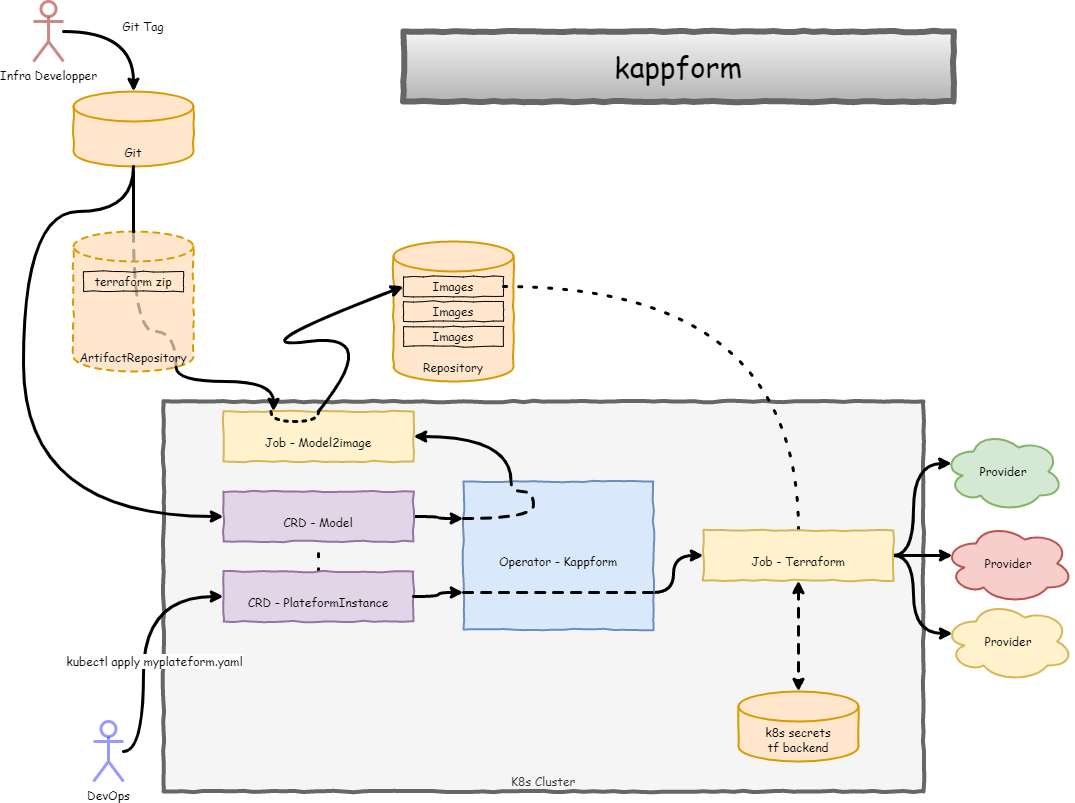
Earlier version of the draw.io export docs/kappform_architecture_v2023-03-31.png (matgou/kappform). Source tidied: cells renumbered, new cells last; positions are measured from the earlier drawing's top-left corner, leaving out a move shared by most shapes. The source it was exported from:
```xml
<mxGraphModel background="#ffffff">
  <root>
    <mxCell id="0" />
    <mxCell id="1" parent="0" />
    <mxCell id="2" value="&lt;font face=&quot;Comic Sans MS&quot;&gt;K8s Cluster&lt;/font&gt;" style="whiteSpace=wrap;html=1;rounded=0;shadow=0;labelBackgroundColor=none;strokeWidth=4;fillColor=#f5f5f5;fontFamily=Verdana;fontSize=12;align=center;comic=1;verticalAlign=bottom;fontColor=#333333;strokeColor=#666666;" parent="1" vertex="1">
      <mxGeometry x="140" y="400" width="760" height="390" as="geometry" />
    </mxCell>
    <mxCell id="3" value="Repository" style="shape=cylinder3;whiteSpace=wrap;html=1;boundedLbl=1;backgroundOutline=1;size=15;comic=1;verticalAlign=bottom;fontFamily=Comic Sans MS;strokeWidth=2;fillColor=#ffe6cc;strokeColor=#d79b00;" parent="1" vertex="1">
      <mxGeometry x="370" y="240" width="120" height="140" as="geometry" />
    </mxCell>
    <mxCell id="4" style="edgeStyle=orthogonalEdgeStyle;comic=1;jettySize=auto;html=1;exitX=1;exitY=0.5;exitDx=0;exitDy=0;entryX=0.5;entryY=0;entryDx=0;entryDy=0;fontFamily=Comic Sans MS;fontSize=12;strokeWidth=3;curved=1;dashed=1;dashPattern=1 4;endArrow=none;endFill=0;" parent="1" edge="1" source="5" target="31">
      <mxGeometry relative="1" as="geometry" />
    </mxCell>
    <mxCell id="5" value="Images" style="whiteSpace=wrap;html=1;rounded=0;shadow=0;labelBackgroundColor=none;strokeColor=#000000;strokeWidth=1;fillColor=none;fontFamily=Comic Sans MS;fontSize=12;fontColor=#000000;align=center;comic=1;" parent="1" vertex="1">
      <mxGeometry x="380" y="275" width="100" height="20" as="geometry" />
    </mxCell>
    <mxCell id="6" style="edgeStyle=orthogonalEdgeStyle;curved=1;comic=1;jettySize=auto;html=1;exitX=1;exitY=0.5;exitDx=0;exitDy=0;entryX=0.25;entryY=0;entryDx=0;entryDy=0;fontFamily=Comic Sans MS;fontSize=12;endArrow=none;endFill=0;strokeWidth=3;startArrow=classic;startFill=1;" parent="1" edge="1" source="7" target="26">
      <mxGeometry relative="1" as="geometry" />
    </mxCell>
    <mxCell id="7" value="&lt;font face=&quot;Comic Sans MS&quot; style=&quot;font-size: 12px&quot;&gt;Job - Model2image&lt;/font&gt;" style="whiteSpace=wrap;html=1;rounded=0;shadow=0;labelBackgroundColor=none;strokeWidth=2;fontFamily=Verdana;fontSize=28;align=center;comic=1;fillColor=#fff2cc;strokeColor=#d6b656;" parent="1" vertex="1">
      <mxGeometry x="200" y="410" width="190" height="50" as="geometry" />
    </mxCell>
    <mxCell id="8" value="Images" style="whiteSpace=wrap;html=1;rounded=0;shadow=0;labelBackgroundColor=none;strokeColor=#000000;strokeWidth=1;fillColor=none;fontFamily=Comic Sans MS;fontSize=12;fontColor=#000000;align=center;comic=1;" parent="1" vertex="1">
      <mxGeometry x="380" y="300" width="100" height="20" as="geometry" />
    </mxCell>
    <mxCell id="9" value="Images" style="whiteSpace=wrap;html=1;rounded=0;shadow=0;labelBackgroundColor=none;strokeColor=#000000;strokeWidth=1;fillColor=none;fontFamily=Comic Sans MS;fontSize=12;fontColor=#000000;align=center;comic=1;" parent="1" vertex="1">
      <mxGeometry x="380" y="325" width="100" height="20" as="geometry" />
    </mxCell>
    <mxCell id="10" style="curved=1;endArrow=classic;html=1;rounded=0;fontFamily=Comic Sans MS;comic=1;strokeWidth=3;entryX=0;entryY=0.5;entryDx=0;entryDy=0;flowAnimation=0;exitX=0.5;exitY=0;exitDx=0;exitDy=0;" parent="1" edge="1" source="7" target="5">
      <mxGeometry relative="1" as="geometry">
        <Array as="points">
          <mxPoint x="360" y="330" />
          <mxPoint x="210" y="350" />
        </Array>
      </mxGeometry>
    </mxCell>
    <mxCell id="11" value="Git" style="shape=cylinder3;whiteSpace=wrap;html=1;boundedLbl=1;backgroundOutline=1;size=15;comic=1;verticalAlign=bottom;fontFamily=Comic Sans MS;strokeWidth=2;fillColor=#ffe6cc;strokeColor=#d79b00;enumerate=0;" parent="1" vertex="1">
      <mxGeometry x="50" y="90" width="120" height="75" as="geometry" />
    </mxCell>
    <mxCell id="12" style="edgeStyle=orthogonalEdgeStyle;comic=1;jettySize=auto;html=1;entryX=0;entryY=0.5;entryDx=0;entryDy=0;fontFamily=Comic Sans MS;fontSize=12;strokeWidth=3;startArrow=none;curved=1;exitX=0.5;exitY=1;exitDx=0;exitDy=0;exitPerimeter=0;" parent="1" edge="1" source="11" target="18">
      <mxGeometry relative="1" as="geometry">
        <Array as="points">
          <mxPoint x="110" y="210" />
          <mxPoint y="210" />
          <mxPoint y="515" />
        </Array>
      </mxGeometry>
    </mxCell>
    <mxCell id="13" value="ArtifactRepository" style="shape=cylinder3;whiteSpace=wrap;html=1;boundedLbl=1;backgroundOutline=1;size=15;comic=1;verticalAlign=bottom;fontFamily=Comic Sans MS;strokeWidth=2;fillColor=#ffe6cc;strokeColor=#d79b00;dashed=1;" parent="1" vertex="1">
      <mxGeometry x="50" y="230" width="120" height="140" as="geometry" />
    </mxCell>
    <mxCell id="14" style="edgeStyle=orthogonalEdgeStyle;comic=1;jettySize=auto;html=1;fontFamily=Comic Sans MS;fontSize=12;strokeWidth=3;curved=1;" parent="1" edge="1" source="15" target="11">
      <mxGeometry relative="1" as="geometry" />
    </mxCell>
    <mxCell id="15" value="Infra Developper" style="shape=umlActor;verticalLabelPosition=bottom;verticalAlign=top;html=1;outlineConnect=0;comic=0;fontFamily=Comic Sans MS;fontSize=12;enumerate=0;fillColor=none;strokeColor=#b85450;gradientColor=#ffffff;strokeWidth=3;opacity=70;" parent="1" vertex="1">
      <mxGeometry x="10" width="30" height="60" as="geometry" />
    </mxCell>
    <mxCell id="16" value="Git Tag" style="text;html=1;strokeColor=none;fillColor=none;align=center;verticalAlign=middle;whiteSpace=wrap;rounded=0;comic=0;fontFamily=Comic Sans MS;fontSize=12;" parent="1" vertex="1">
      <mxGeometry x="90" y="10" width="60" height="30" as="geometry" />
    </mxCell>
    <mxCell id="17" style="edgeStyle=orthogonalEdgeStyle;curved=1;comic=1;jettySize=auto;html=1;exitX=1;exitY=0.5;exitDx=0;exitDy=0;entryX=0;entryY=0.25;entryDx=0;entryDy=0;fontFamily=Comic Sans MS;fontSize=12;endArrow=classic;endFill=1;strokeWidth=3;" parent="1" edge="1" source="18" target="26">
      <mxGeometry relative="1" as="geometry" />
    </mxCell>
    <mxCell id="18" value="&lt;font face=&quot;Comic Sans MS&quot; style=&quot;font-size: 12px&quot;&gt;CRD - Model&lt;/font&gt;" style="whiteSpace=wrap;html=1;rounded=0;shadow=0;labelBackgroundColor=none;strokeWidth=2;fontFamily=Verdana;fontSize=28;align=center;comic=1;fillColor=#e1d5e7;strokeColor=#9673a6;" parent="1" vertex="1">
      <mxGeometry x="200" y="490" width="190" height="50" as="geometry" />
    </mxCell>
    <mxCell id="19" style="edgeStyle=orthogonalEdgeStyle;curved=1;comic=1;jettySize=auto;html=1;exitX=0.5;exitY=0;exitDx=0;exitDy=0;entryX=0.5;entryY=1;entryDx=0;entryDy=0;dashed=1;dashPattern=1 4;fontFamily=Comic Sans MS;fontSize=12;endArrow=none;endFill=0;strokeWidth=3;" parent="1" edge="1" source="20" target="18">
      <mxGeometry relative="1" as="geometry" />
    </mxCell>
    <mxCell id="20" value="&lt;font face=&quot;Comic Sans MS&quot; style=&quot;font-size: 12px&quot;&gt;CRD - PlateformInstance&lt;/font&gt;" style="whiteSpace=wrap;html=1;rounded=0;shadow=0;labelBackgroundColor=none;strokeWidth=2;fontFamily=Verdana;fontSize=28;align=center;comic=1;fillColor=#e1d5e7;strokeColor=#9673a6;" parent="1" vertex="1">
      <mxGeometry x="200" y="570" width="190" height="50" as="geometry" />
    </mxCell>
    <mxCell id="21" style="edgeStyle=orthogonalEdgeStyle;comic=1;jettySize=auto;html=1;fontFamily=Comic Sans MS;fontSize=12;strokeWidth=3;entryX=0;entryY=0.5;entryDx=0;entryDy=0;curved=1;" parent="1" edge="1" source="23" target="20">
      <mxGeometry relative="1" as="geometry">
        <Array as="points">
          <mxPoint x="120" y="750" />
          <mxPoint x="120" y="595" />
        </Array>
      </mxGeometry>
    </mxCell>
    <mxCell id="22" value="kubectl apply myplateform.yaml" style="edgeLabel;html=1;align=center;verticalAlign=middle;fontSize=12;fontFamily=Comic Sans MS;" parent="21" vertex="1">
      <mxGeometry x="-0.31" y="-4" relative="1" as="geometry">
        <mxPoint x="6" y="-22" as="offset" />
      </mxGeometry>
    </mxCell>
    <mxCell id="23" value="DevOps" style="shape=umlActor;verticalLabelPosition=bottom;verticalAlign=top;html=1;outlineConnect=0;comic=0;fontFamily=Comic Sans MS;fontSize=12;enumerate=0;fillColor=none;strokeColor=#0000FF;gradientColor=#ffffff;strokeWidth=3;opacity=40;" parent="1" vertex="1">
      <mxGeometry x="70" y="720" width="30" height="60" as="geometry" />
    </mxCell>
    <mxCell id="24" style="edgeStyle=orthogonalEdgeStyle;comic=1;jettySize=auto;html=1;exitX=1;exitY=0.5;exitDx=0;exitDy=0;fontFamily=Comic Sans MS;fontSize=12;strokeWidth=3;entryX=0;entryY=0.75;entryDx=0;entryDy=0;curved=1;" parent="1" edge="1" source="20" target="26">
      <mxGeometry relative="1" as="geometry" />
    </mxCell>
    <mxCell id="25" style="edgeStyle=orthogonalEdgeStyle;comic=1;jettySize=auto;html=1;exitX=1;exitY=0.75;exitDx=0;exitDy=0;entryX=0;entryY=0.5;entryDx=0;entryDy=0;fontFamily=Comic Sans MS;fontSize=12;strokeWidth=3;curved=1;" parent="1" edge="1" source="26" target="31">
      <mxGeometry relative="1" as="geometry">
        <Array as="points">
          <mxPoint x="650" y="591" />
          <mxPoint x="650" y="554" />
        </Array>
      </mxGeometry>
    </mxCell>
    <mxCell id="26" value="&lt;font face=&quot;Comic Sans MS&quot; style=&quot;font-size: 12px&quot;&gt;Operator - Kappform&lt;/font&gt;" style="whiteSpace=wrap;html=1;rounded=0;shadow=0;labelBackgroundColor=none;strokeWidth=2;fontFamily=Verdana;fontSize=28;align=center;comic=1;fillColor=#dae8fc;strokeColor=#6c8ebf;" parent="1" vertex="1">
      <mxGeometry x="440" y="480" width="190" height="148" as="geometry" />
    </mxCell>
    <mxCell id="27" style="edgeStyle=orthogonalEdgeStyle;curved=1;comic=1;jettySize=auto;html=1;exitX=1;exitY=0.5;exitDx=0;exitDy=0;entryX=0.07;entryY=0.4;entryDx=0;entryDy=0;entryPerimeter=0;fontFamily=Comic Sans MS;fontSize=12;startArrow=none;startFill=0;endArrow=classic;endFill=1;strokeWidth=3;" parent="1" edge="1" source="31" target="33">
      <mxGeometry relative="1" as="geometry" />
    </mxCell>
    <mxCell id="28" style="edgeStyle=orthogonalEdgeStyle;curved=1;comic=1;jettySize=auto;html=1;exitX=1;exitY=0.5;exitDx=0;exitDy=0;entryX=0.07;entryY=0.4;entryDx=0;entryDy=0;entryPerimeter=0;fontFamily=Comic Sans MS;fontSize=12;startArrow=none;startFill=0;endArrow=classic;endFill=1;strokeWidth=3;" parent="1" edge="1" source="31" target="34">
      <mxGeometry relative="1" as="geometry">
        <Array as="points">
          <mxPoint x="890" y="554" />
          <mxPoint x="890" y="462" />
        </Array>
      </mxGeometry>
    </mxCell>
    <mxCell id="29" style="edgeStyle=orthogonalEdgeStyle;curved=1;comic=1;jettySize=auto;html=1;exitX=1;exitY=0.5;exitDx=0;exitDy=0;entryX=0.07;entryY=0.4;entryDx=0;entryDy=0;entryPerimeter=0;fontFamily=Comic Sans MS;fontSize=12;startArrow=none;startFill=0;endArrow=classic;endFill=1;strokeWidth=3;" parent="1" edge="1" source="31" target="32">
      <mxGeometry relative="1" as="geometry">
        <Array as="points">
          <mxPoint x="890" y="554" />
          <mxPoint x="890" y="632" />
        </Array>
      </mxGeometry>
    </mxCell>
    <mxCell id="30" style="edgeStyle=orthogonalEdgeStyle;curved=1;comic=1;jettySize=auto;html=1;exitX=0.5;exitY=1;exitDx=0;exitDy=0;fontFamily=Comic Sans MS;fontSize=12;startArrow=classic;startFill=1;endArrow=classic;endFill=1;strokeWidth=3;dashed=1;" parent="1" edge="1" source="31" target="38">
      <mxGeometry relative="1" as="geometry" />
    </mxCell>
    <mxCell id="31" value="&lt;span style=&quot;font-family: &amp;#34;comic sans ms&amp;#34; ; font-size: 12px&quot;&gt;Job - Terraform&lt;/span&gt;" style="whiteSpace=wrap;html=1;rounded=0;shadow=0;labelBackgroundColor=none;strokeWidth=2;fontFamily=Verdana;fontSize=28;align=center;comic=1;fillColor=#fff2cc;strokeColor=#d6b656;" parent="1" vertex="1">
      <mxGeometry x="680" y="529" width="190" height="50" as="geometry" />
    </mxCell>
    <mxCell id="32" value="Provider" style="ellipse;shape=cloud;whiteSpace=wrap;html=1;comic=1;fontFamily=Comic Sans MS;fontSize=12;fillColor=#fff2cc;strokeWidth=2;strokeColor=#d6b656;" parent="1" vertex="1">
      <mxGeometry x="920" y="600" width="130" height="80" as="geometry" />
    </mxCell>
    <mxCell id="33" value="Provider" style="ellipse;shape=cloud;whiteSpace=wrap;html=1;comic=1;fontFamily=Comic Sans MS;fontSize=12;fillColor=#f8cecc;strokeWidth=2;strokeColor=#b85450;" parent="1" vertex="1">
      <mxGeometry x="920" y="522" width="130" height="80" as="geometry" />
    </mxCell>
    <mxCell id="34" value="Provider" style="ellipse;shape=cloud;whiteSpace=wrap;html=1;comic=1;fontFamily=Comic Sans MS;fontSize=12;fillColor=#d5e8d4;strokeWidth=2;strokeColor=#82b366;" parent="1" vertex="1">
      <mxGeometry x="920" y="430" width="120" height="80" as="geometry" />
    </mxCell>
    <mxCell id="35" style="edgeStyle=orthogonalEdgeStyle;comic=1;orthogonalLoop=1;jettySize=auto;html=1;exitX=0;exitY=0.75;exitDx=0;exitDy=0;fontFamily=Comic Sans MS;fontSize=12;strokeWidth=3;entryX=1;entryY=0.75;entryDx=0;entryDy=0;curved=1;dashed=1;endArrow=none;endFill=0;" parent="1" edge="1" source="26" target="26">
      <mxGeometry relative="1" as="geometry">
        <Array as="points">
          <mxPoint x="540" y="591" />
          <mxPoint x="540" y="591" />
        </Array>
      </mxGeometry>
    </mxCell>
    <mxCell id="36" style="edgeStyle=orthogonalEdgeStyle;comic=1;orthogonalLoop=1;jettySize=auto;html=1;exitX=0;exitY=0.25;exitDx=0;exitDy=0;fontFamily=Comic Sans MS;fontSize=12;strokeWidth=3;entryX=0.25;entryY=0;entryDx=0;entryDy=0;curved=1;dashed=1;endArrow=none;endFill=0;" parent="1" edge="1" source="26" target="26">
      <mxGeometry relative="1" as="geometry">
        <Array as="points">
          <mxPoint x="510" y="517" />
          <mxPoint x="510" y="490" />
          <mxPoint x="488" y="490" />
        </Array>
      </mxGeometry>
    </mxCell>
    <mxCell id="37" style="edgeStyle=orthogonalEdgeStyle;curved=1;comic=1;jettySize=auto;html=1;exitX=0.25;exitY=0;exitDx=0;exitDy=0;fontFamily=Comic Sans MS;fontSize=12;startArrow=none;startFill=0;endArrow=none;endFill=0;strokeWidth=3;dashed=1;dashPattern=1 2;" parent="1" edge="1" source="7">
      <mxGeometry relative="1" as="geometry">
        <mxPoint x="295" y="410" as="targetPoint" />
        <Array as="points">
          <mxPoint x="248" y="420" />
          <mxPoint x="295" y="420" />
        </Array>
      </mxGeometry>
    </mxCell>
    <mxCell id="38" value="k8s secrets&lt;br&gt;tf backend" style="shape=cylinder3;whiteSpace=wrap;html=1;boundedLbl=1;backgroundOutline=1;size=15;comic=1;verticalAlign=bottom;fontFamily=Comic Sans MS;strokeWidth=2;fillColor=#ffe6cc;strokeColor=#d79b00;" parent="1" vertex="1">
      <mxGeometry x="715" y="690" width="120" height="70" as="geometry" />
    </mxCell>
    <mxCell id="39" value="terraform zip" style="whiteSpace=wrap;html=1;rounded=0;shadow=0;labelBackgroundColor=none;strokeColor=#000000;strokeWidth=1;fillColor=none;fontFamily=Comic Sans MS;fontSize=12;fontColor=#000000;align=center;comic=1;" parent="1" vertex="1">
      <mxGeometry x="60" y="270" width="100" height="20" as="geometry" />
    </mxCell>
    <mxCell id="40" style="edgeStyle=orthogonalEdgeStyle;curved=1;comic=1;jettySize=auto;html=1;fontFamily=Comic Sans MS;fontSize=12;startArrow=classic;startFill=1;endArrow=none;endFill=0;strokeWidth=3;entryX=0.855;entryY=1;entryDx=0;entryDy=-4.35;entryPerimeter=0;" parent="1" edge="1" target="13">
      <mxGeometry relative="1" as="geometry">
        <mxPoint x="250" y="410" as="sourcePoint" />
        <Array as="points">
          <mxPoint x="250" y="380" />
          <mxPoint x="153" y="380" />
        </Array>
      </mxGeometry>
    </mxCell>
    <mxCell id="41" style="edgeStyle=orthogonalEdgeStyle;curved=1;comic=1;jettySize=auto;html=1;fontFamily=Comic Sans MS;fontSize=12;startArrow=none;startFill=0;endArrow=none;endFill=0;strokeWidth=3;exitX=0.5;exitY=0;exitDx=0;exitDy=0;exitPerimeter=0;" parent="1" edge="1" source="13">
      <mxGeometry relative="1" as="geometry">
        <mxPoint x="110" y="170" as="targetPoint" />
        <Array as="points">
          <mxPoint x="110" y="230" />
        </Array>
      </mxGeometry>
    </mxCell>
    <mxCell id="42" style="edgeStyle=orthogonalEdgeStyle;curved=1;comic=1;orthogonalLoop=1;jettySize=auto;html=1;fontFamily=Comic Sans MS;fontSize=12;startArrow=none;startFill=0;endArrow=none;endFill=0;strokeWidth=3;entryX=0.5;entryY=0;entryDx=0;entryDy=0;entryPerimeter=0;exitX=0.855;exitY=1;exitDx=0;exitDy=-4.35;exitPerimeter=0;dashed=1;opacity=30;" parent="1" edge="1" source="13" target="13">
      <mxGeometry relative="1" as="geometry">
        <Array as="points">
          <mxPoint x="153" y="330" />
          <mxPoint x="110" y="330" />
        </Array>
      </mxGeometry>
    </mxCell>
    <mxCell id="43" value="&lt;span style=&quot;font-family: &amp;#34;comic sans ms&amp;#34;&quot;&gt;&lt;font style=&quot;font-size: 29px&quot;&gt;kappform&lt;/font&gt;&lt;/span&gt;" style="whiteSpace=wrap;html=1;rounded=0;shadow=0;labelBackgroundColor=none;strokeWidth=6;fontFamily=Verdana;fontSize=28;align=center;comic=1;fillColor=#f5f5f5;strokeColor=#666666;gradientColor=#b3b3b3;" parent="1" vertex="1">
      <mxGeometry x="380" y="30" width="550" height="70" as="geometry" />
    </mxCell>
  </root>
</mxGraphModel>
```
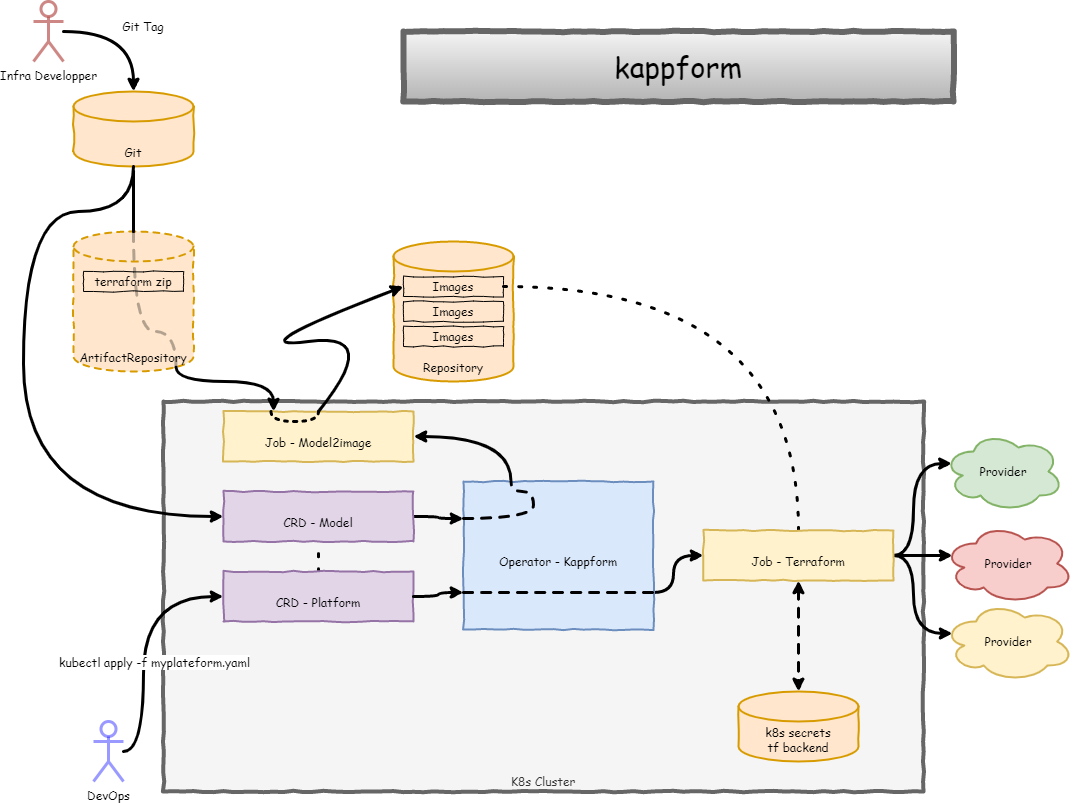
Above is the later version.

Diff of the diagram source:
```diff
@@ -67,7 +67,7 @@
     <mxCell id="19" style="edgeStyle=orthogonalEdgeStyle;curved=1;comic=1;jettySize=auto;html=1;exitX=0.5;exitY=0;exitDx=0;exitDy=0;entryX=0.5;entryY=1;entryDx=0;entryDy=0;dashed=1;dashPattern=1 4;fontFamily=Comic Sans MS;fontSize=12;endArrow=none;endFill=0;strokeWidth=3;" parent="1" edge="1" source="20" target="18">
       <mxGeometry relative="1" as="geometry" />
     </mxCell>
-    <mxCell id="20" value="&lt;font face=&quot;Comic Sans MS&quot; style=&quot;font-size: 12px&quot;&gt;CRD - PlateformInstance&lt;/font&gt;" style="whiteSpace=wrap;html=1;rounded=0;shadow=0;labelBackgroundColor=none;strokeWidth=2;fontFamily=Verdana;fontSize=28;align=center;comic=1;fillColor=#e1d5e7;strokeColor=#9673a6;" parent="1" vertex="1">
+    <mxCell id="20" value="&lt;font face=&quot;Comic Sans MS&quot; style=&quot;font-size: 12px&quot;&gt;CRD - Platform&lt;/font&gt;" style="whiteSpace=wrap;html=1;rounded=0;shadow=0;labelBackgroundColor=none;strokeWidth=2;fontFamily=Verdana;fontSize=28;align=center;comic=1;fillColor=#e1d5e7;strokeColor=#9673a6;" parent="1" vertex="1">
       <mxGeometry x="200" y="570" width="190" height="50" as="geometry" />
     </mxCell>
     <mxCell id="21" style="edgeStyle=orthogonalEdgeStyle;comic=1;jettySize=auto;html=1;fontFamily=Comic Sans MS;fontSize=12;strokeWidth=3;entryX=0;entryY=0.5;entryDx=0;entryDy=0;curved=1;" parent="1" edge="1" source="23" target="20">
@@ -78,7 +78,7 @@
         </Array>
       </mxGeometry>
     </mxCell>
-    <mxCell id="22" value="kubectl apply myplateform.yaml" style="edgeLabel;html=1;align=center;verticalAlign=middle;fontSize=12;fontFamily=Comic Sans MS;" parent="21" vertex="1">
+    <mxCell id="22" value="kubectl apply -f myplateform.yaml" style="edgeLabel;html=1;align=center;verticalAlign=middle;fontSize=12;fontFamily=Comic Sans MS;" parent="21" vertex="1">
       <mxGeometry x="-0.31" y="-4" relative="1" as="geometry">
         <mxPoint x="6" y="-22" as="offset" />
       </mxGeometry>
```
